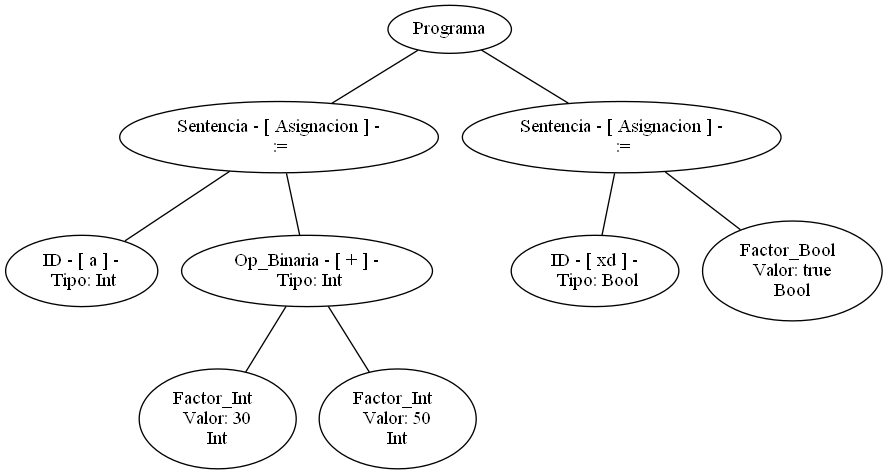
Above: arbol.png in SantiPerez17/Compiladores (Graphviz), before the change. Its source is kept beside it as arbol.dot.
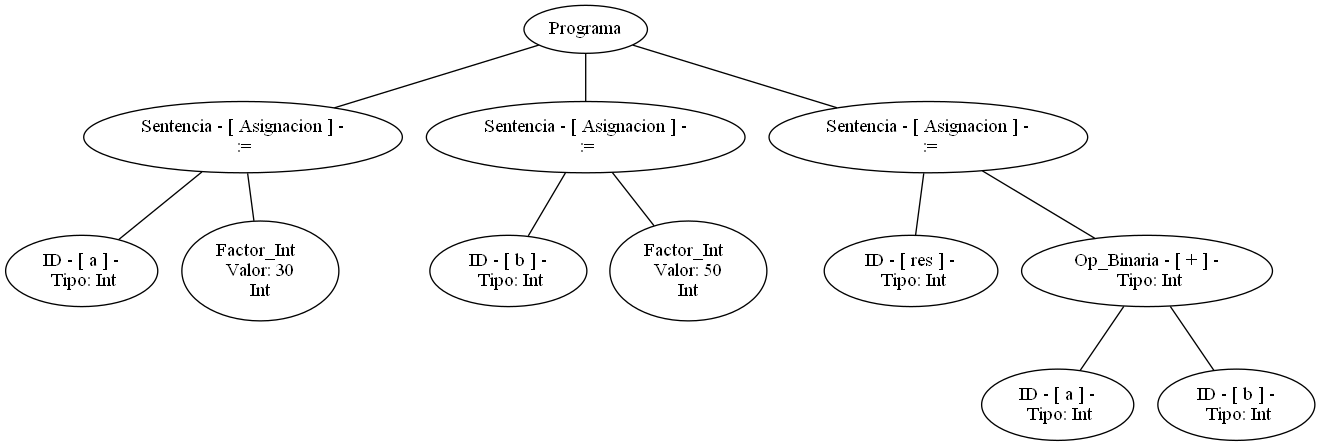
The same diagram one commit later.

Diff of the diagram source:
```diff
@@ -1,29 +1,37 @@
 graph G {nodo_programa[label="Programa"]
-nodo_1404887034[label="Sentencia - [ Asignacion ] -
+nodo_26421145[label="Sentencia - [ Asignacion ] -
  :="]
-nodo_programa--nodo_1404887034
-nodo_848463399[label=" ID - [ a ] -
+nodo_programa--nodo_26421145
+nodo_1951032265[label=" ID - [ a ] -
  Tipo: Int"]
-nodo_1404887034--nodo_848463399
-nodo_821037884[label=" Op_Binaria - [ + ] -
- Tipo: Int"]
-nodo_1404887034--nodo_821037884
-nodo_1953158874[label="Factor_Int
+nodo_26421145--nodo_1951032265
+nodo_2110852013[label="Factor_Int
  Valor: 30
 Int"]
-nodo_821037884--nodo_1953158874
-nodo_26421145[label="Factor_Int
+nodo_26421145--nodo_2110852013
+nodo_311350193[label="Sentencia - [ Asignacion ] -
+ :="]
+nodo_programa--nodo_311350193
+nodo_1583841106[label=" ID - [ b ] -
+ Tipo: Int"]
+nodo_311350193--nodo_1583841106
+nodo_367483838[label="Factor_Int
  Valor: 50
 Int"]
-nodo_821037884--nodo_26421145
-nodo_535459917[label="Sentencia - [ Asignacion ] -
+nodo_311350193--nodo_367483838
+nodo_1342870732[label="Sentencia - [ Asignacion ] -
  :="]
-nodo_programa--nodo_535459917
-nodo_861878647[label=" ID - [ xd ] -
- Tipo: Bool"]
-nodo_535459917--nodo_861878647
-nodo_1342870732[label="Factor_Bool
- Valor: true
-Bool"]
-nodo_535459917--nodo_1342870732
+nodo_programa--nodo_1342870732
+nodo_848463399[label=" ID - [ res ] -
+ Tipo: Int"]
+nodo_1342870732--nodo_848463399
+nodo_1099142436[label=" Op_Binaria - [ + ] -
+ Tipo: Int"]
+nodo_1342870732--nodo_1099142436
+nodo_675765588[label=" ID - [ a ] -
+ Tipo: Int"]
+nodo_1099142436--nodo_675765588
+nodo_122870089[label=" ID - [ b ] -
+ Tipo: Int"]
+nodo_1099142436--nodo_122870089
 }
```
